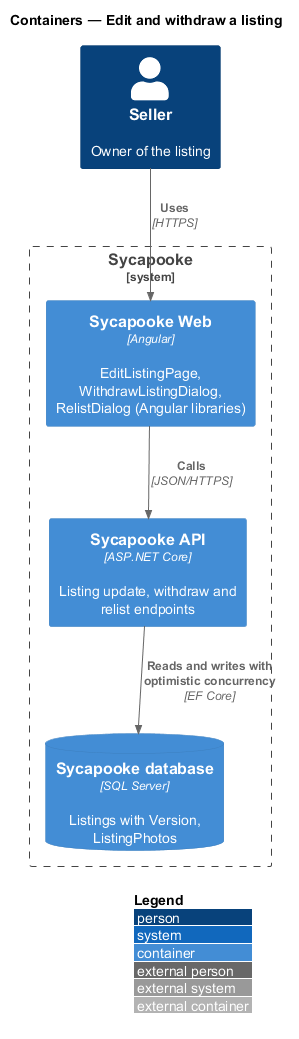
The PlantUML diagram docs/detailed-designs/listings/edit-and-withdraw-listing/diagrams/c4-container.png in QuinntyneBrown/sycapooke, before a commit.
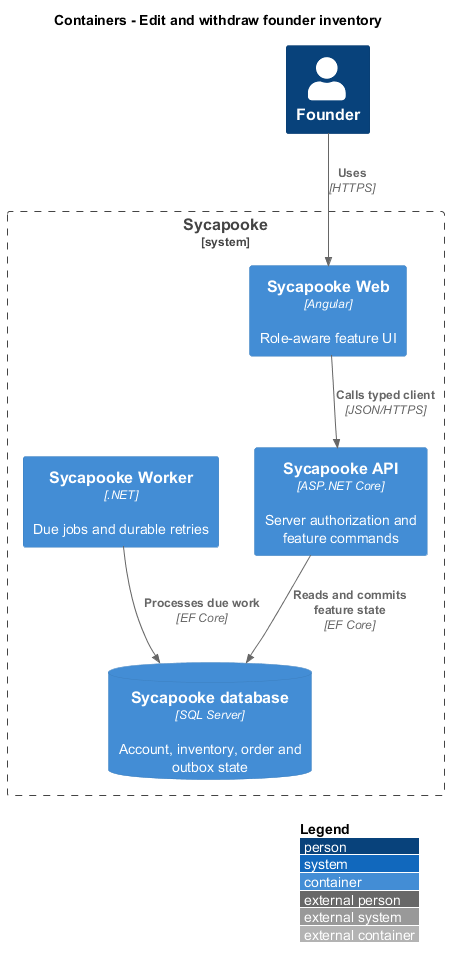
Above is the later version.

What changed in the source:
```diff
@@ -1,15 +1,16 @@
 @startuml
 !include <C4/C4_Container>
 LAYOUT_WITH_LEGEND()
-title Containers — Edit and withdraw a listing
-
-Person(seller, "Seller", "Owner of the listing")
-System_Boundary(sycapooke, "Sycapooke") {
-  Container(web, "Sycapooke Web", "Angular", "EditListingPage, WithdrawListingDialog, RelistDialog (Angular libraries)")
-  Container(api, "Sycapooke API", "ASP.NET Core", "Listing update, withdraw and relist endpoints")
-  ContainerDb(db, "Sycapooke database", "SQL Server", "Listings with Version, ListingPhotos")
+title Containers - Edit and withdraw founder inventory
+Person(user, "Founder")
+System_Boundary(shop, "Sycapooke") {
+  Container(web, "Sycapooke Web", "Angular", "Role-aware feature UI")
+  Container(api, "Sycapooke API", "ASP.NET Core", "Server authorization and feature commands")
+  Container(worker, "Sycapooke Worker", ".NET", "Due jobs and durable retries")
+  ContainerDb(db, "Sycapooke database", "SQL Server", "Account, inventory, order and outbox state")
 }
-Rel(seller, web, "Uses", "HTTPS")
-Rel(web, api, "Calls", "JSON/HTTPS")
-Rel(api, db, "Reads and writes with optimistic concurrency", "EF Core")
+Rel(user, web, "Uses", "HTTPS")
+Rel(web, api, "Calls typed client", "JSON/HTTPS")
+Rel(api, db, "Reads and commits feature state", "EF Core")
+Rel(worker, db, "Processes due work", "EF Core")
 @enduml
```
